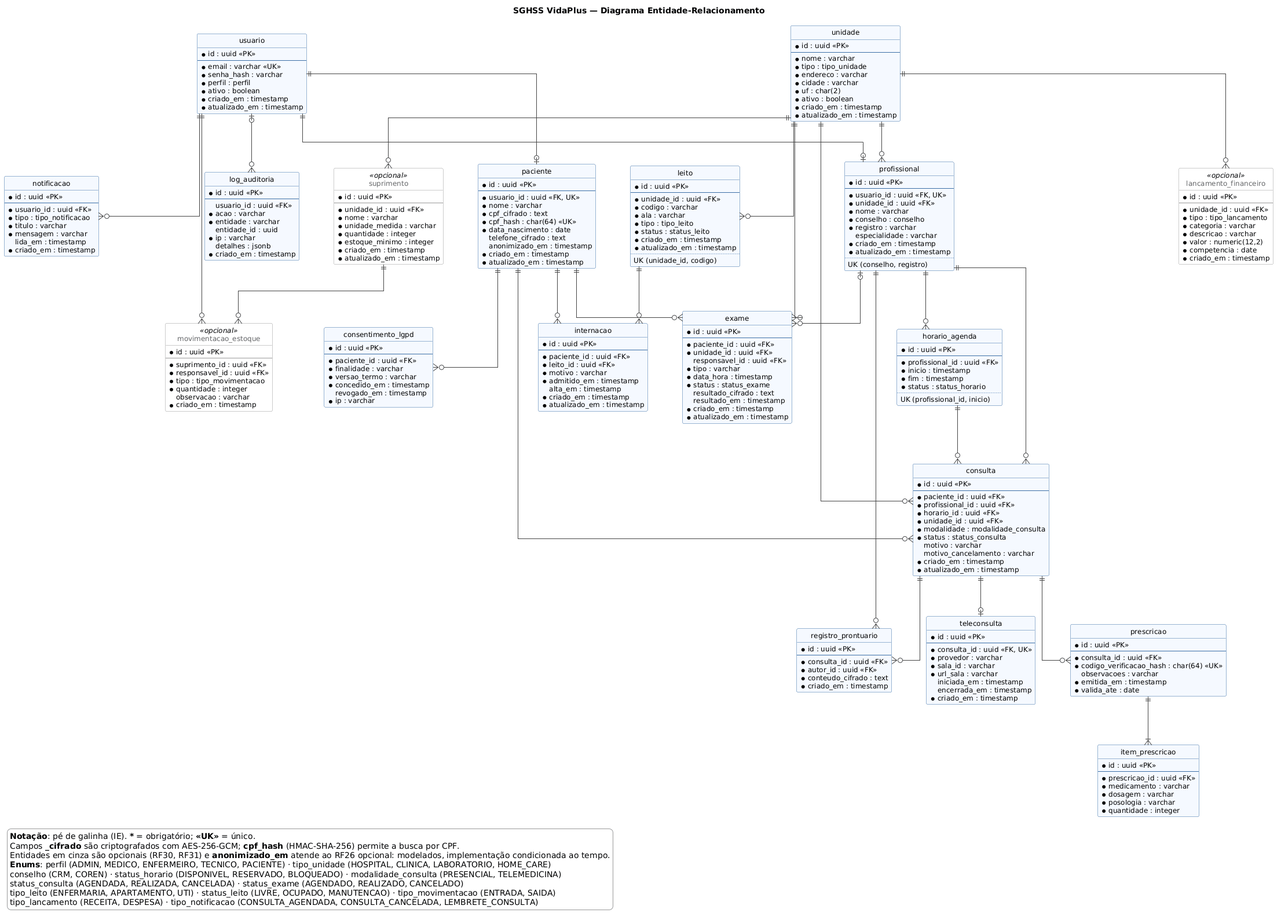
Above: docs/diagramas/der.png in JlucasFaria/sghss-api (PlantUML), before the change.
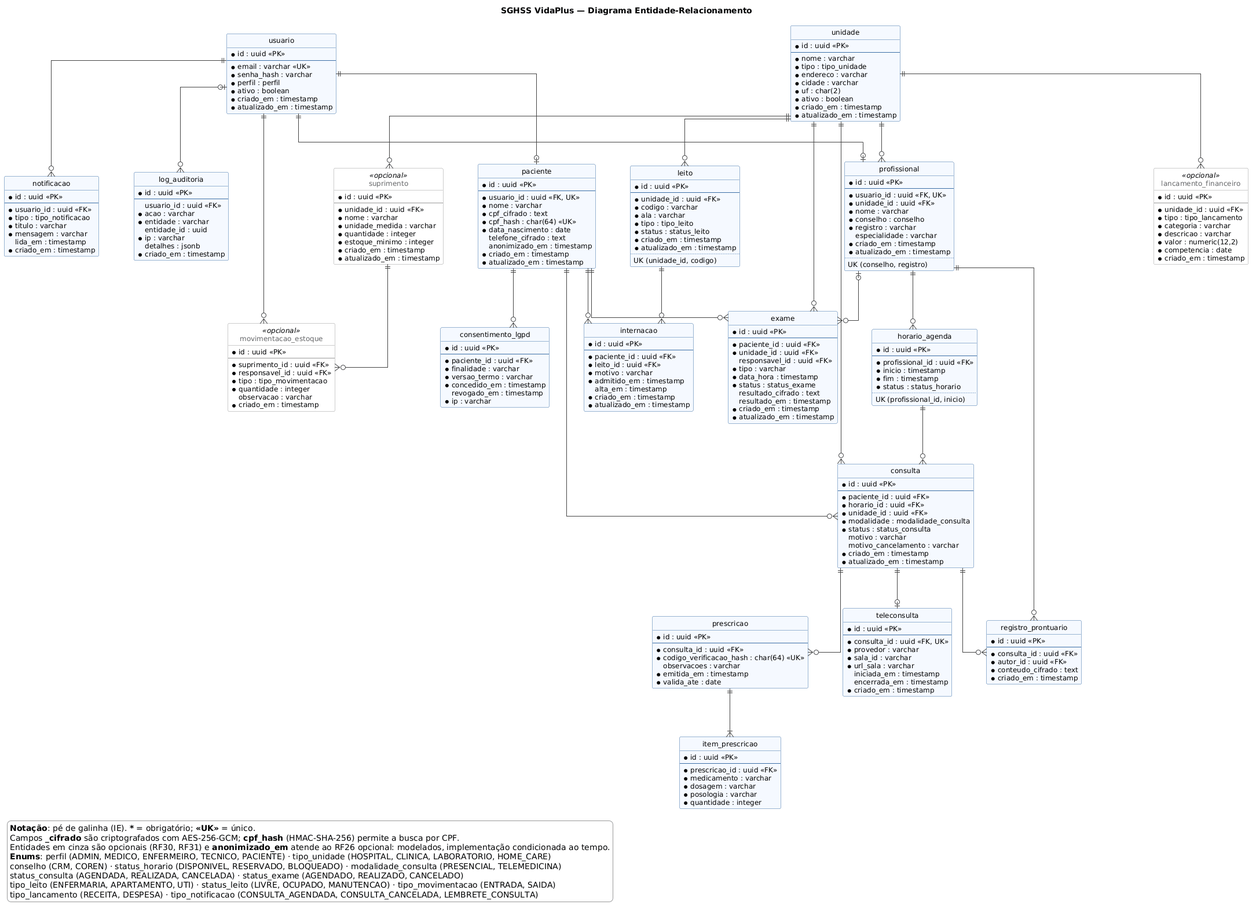
After the commit.

Commit message:
docs: remove profissional redundante da consulta

Diff of the diagram source:
```diff
@@ -92,7 +92,6 @@
   * id : uuid <<PK>>
   --
   * paciente_id : uuid <<FK>>
-  * profissional_id : uuid <<FK>>
   * horario_id : uuid <<FK>>
   * unidade_id : uuid <<FK>>
   * modalidade : modalidade_consulta
@@ -268,7 +267,6 @@
 unidade ||--o{ lancamento
 
 profissional ||--o{ horario
-profissional ||--o{ consulta
 profissional ||--o{ registro
 profissional |o--o{ exame
 
```
